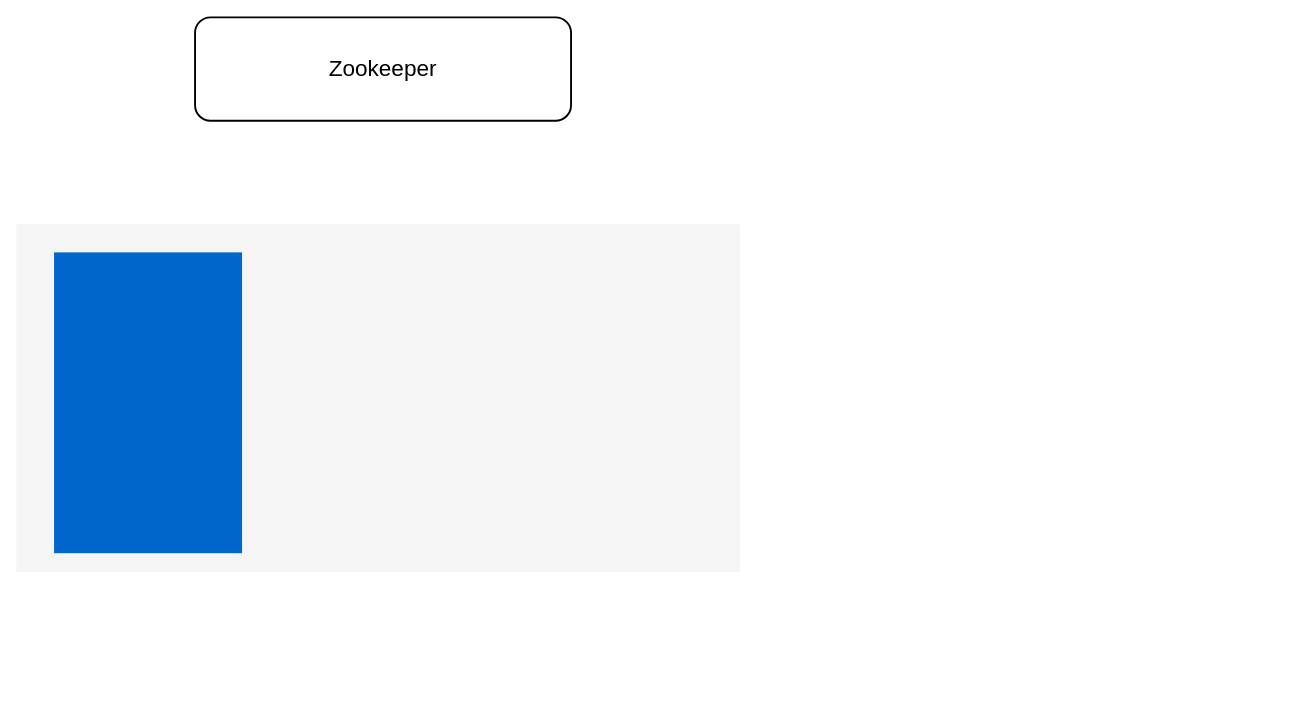
This is page "第 1 页" (1 of 2) of Kafka.drawio from starzy1990/diagrams, a draw.io file, before an edit. Source tidied: cells renumbered, new cells numbered last; positions are measured from the earlier drawing's top-left corner, leaving out a move shared by most shapes. Both pictures are drawn from the tidied source at 94%, with x=0, y=0 at pixel (16, 17).
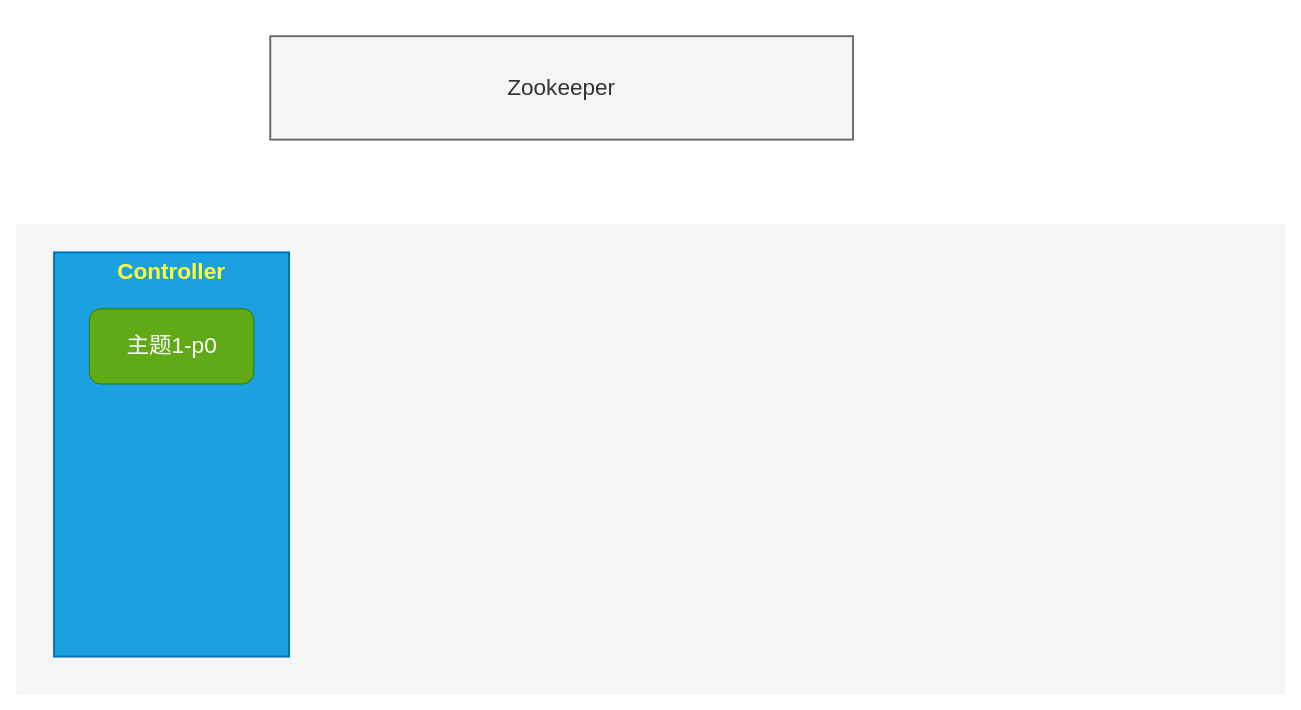
The same page after the edit.

The edit, as a diff of the source:
```diff
@@
 <mxGraphModel>
   <root>
     <mxCell id="0" />
     <mxCell id="1" parent="0" />
-    <mxCell id="2" value="Zookeeper" style="rounded=1;whiteSpace=wrap;html=1;strokeWidth=2;fontSize=24;" parent="1" vertex="1">
-      <mxGeometry x="190" width="400" height="110" as="geometry" />
+    <mxCell id="2" value="Zookeeper" style="rounded=0;whiteSpace=wrap;html=1;strokeWidth=2;fontSize=24;fillColor=#f5f5f5;fontColor=#333333;strokeColor=#666666;" parent="1" vertex="1">
+      <mxGeometry x="270" y="20" width="620" height="110" as="geometry" />
     </mxCell>
     <mxCell id="3" style="rounded=0;whiteSpace=wrap;html=1;fontSize=24;strokeWidth=2;fillColor=#f5f5f5;fontColor=#333333;strokeColor=none;" parent="1" vertex="1">
-      <mxGeometry y="220" width="770" height="370" as="geometry" />
+      <mxGeometry y="220" width="1350" height="500" as="geometry" />
     </mxCell>
-    <mxCell id="4" style="rounded=0;whiteSpace=wrap;html=1;fontSize=24;strokeWidth=2;fillColor=#0066CC;fontColor=#ffffff;strokeColor=none;" parent="1" vertex="1">
-      <mxGeometry x="40" y="250" width="200" height="320" as="geometry" />
+    <mxCell id="4" value="Controller" style="rounded=0;whiteSpace=wrap;html=1;fontSize=24;strokeWidth=2;fillColor=#1ba1e2;strokeColor=#006EAF;fontColor=#FFFF33;verticalAlign=top;fontStyle=1;" parent="1" vertex="1">
+      <mxGeometry x="40" y="250" width="250" height="430" as="geometry" />
     </mxCell>
+    <mxCell id="5" value="主题1-p0" style="rounded=1;whiteSpace=wrap;html=1;fillColor=#60a917;strokeColor=#2D7600;fontColor=#ffffff;fontSize=24;" parent="1" vertex="1">
+      <mxGeometry x="77.5" y="310" width="175" height="80" as="geometry" />
+    </mxCell>
   </root>
 </mxGraphModel>
```
